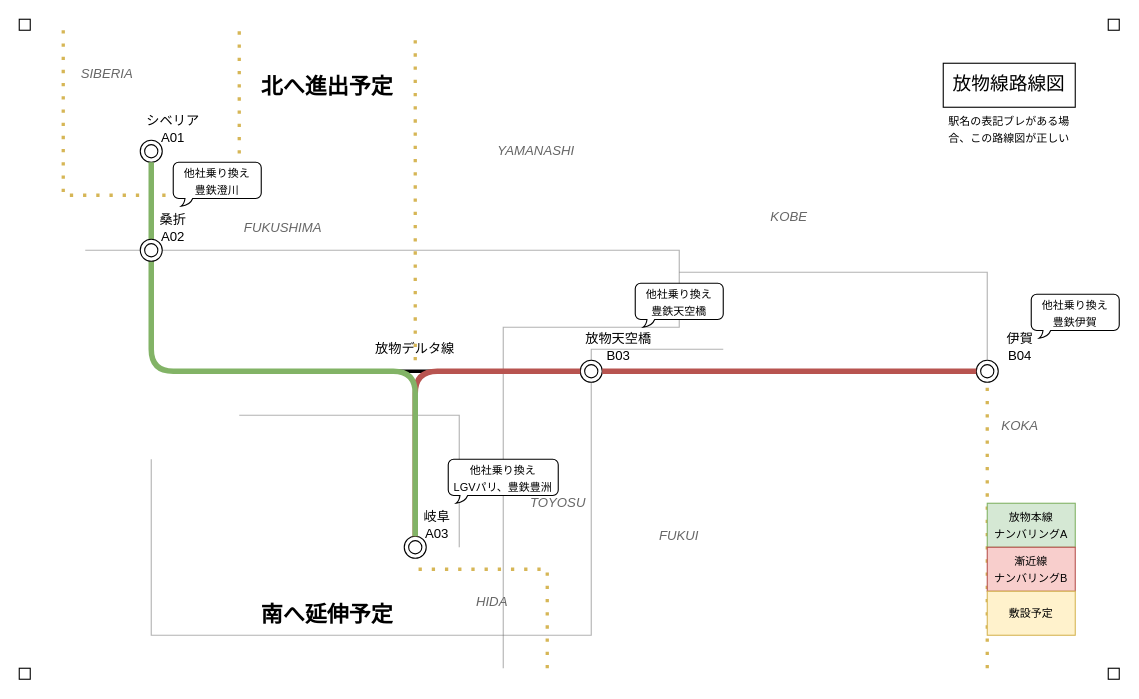
Earlier version of the draw.io diagram page "ページ1" (1 of 4) of バリン鯖放物線.drawio (chainsawsteel1/drawio-files). Source tidied: cells renumbered, new cells numbered last; positions are measured from the earlier drawing's top-left corner, leaving out a move shared by most shapes. Both pictures are drawn from the tidied source at 110%, with x=0, y=0 at pixel (19, 19).
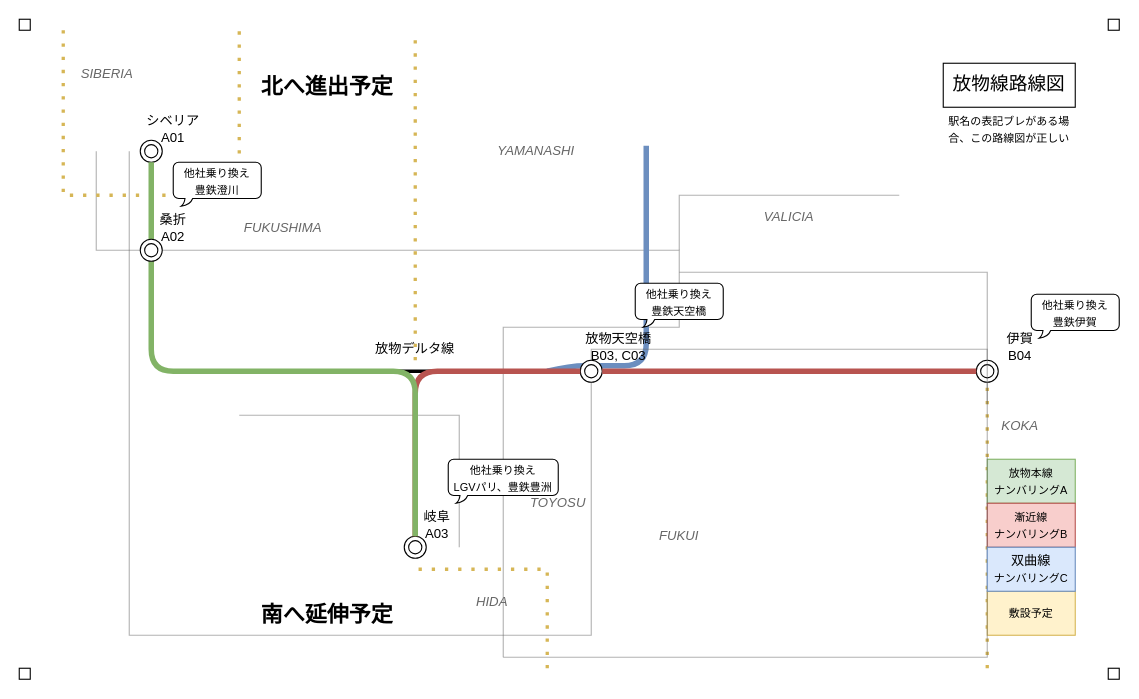
The same diagram, later.

Unchanged cells that the change refers to:
```xml
<mxCell id="8" style="ellipse;shape=doubleEllipse;whiteSpace=wrap;html=1;" parent="1" vertex="1">
  <mxGeometry x="870" y="310" width="20" height="20" as="geometry" />
</mxCell>
```

Change to the diagram source:
```diff
@@
+    <mxCell id="3" style="endArrow=none;html=1;strokeWidth=1;rounded=0;fillColor=#f5f5f5;strokeColor=#666666;opacity=50;" parent="1" edge="1">
+      <mxGeometry relative="1" as="geometry">
+        <mxPoint x="440" y="580" as="sourcePoint" />
+        <mxPoint x="70" y="120" as="targetPoint" />
+        <Array as="points">
+          <mxPoint x="440" y="280" />
+          <mxPoint x="600" y="280" />
+          <mxPoint x="600" y="210" />
+          <mxPoint x="70" y="210" />
+        </Array>
+      </mxGeometry>
+    </mxCell>
+    <mxCell id="49" style="endArrow=none;html=1;rounded=0;fillColor=#dae8fc;strokeColor=#6c8ebf;strokeWidth=5;curved=1;" parent="1" edge="1">
+      <mxGeometry relative="1" as="geometry">
+        <mxPoint x="480" y="320" as="sourcePoint" />
+        <mxPoint x="570" y="115" as="targetPoint" />
+        <Array as="points">
+          <mxPoint x="500" y="315" />
+          <mxPoint x="530" y="315" />
+          <mxPoint x="570" y="315" />
+          <mxPoint x="570" y="275" />
+        </Array>
+      </mxGeometry>
+    </mxCell>
@@
-    <mxCell id="3" style="endArrow=none;html=1;strokeWidth=1;rounded=0;fillColor=#f5f5f5;strokeColor=#666666;opacity=50;" parent="1" edge="1">
-      <mxGeometry relative="1" as="geometry">
-        <mxPoint x="440" y="590" as="sourcePoint" />
-        <mxPoint x="60" y="210" as="targetPoint" />
-        <Array as="points">
-          <mxPoint x="440" y="280" />
-          <mxPoint x="600" y="280" />
-          <mxPoint x="600" y="210" />
-        </Array>
-      </mxGeometry>
-    </mxCell>
@@
     <mxCell id="5" style="endArrow=none;html=1;strokeWidth=1;rounded=0;fillColor=#f5f5f5;strokeColor=#666666;opacity=50;" parent="1" edge="1">
       <mxGeometry relative="1" as="geometry">
-        <mxPoint x="120" y="400" as="sourcePoint" />
-        <mxPoint x="640" y="300" as="targetPoint" />
+        <mxPoint x="100" y="120" as="sourcePoint" />
+        <mxPoint x="880" y="350" as="targetPoint" />
         <Array as="points">
-          <mxPoint x="120" y="560" />
+          <mxPoint x="100" y="560" />
           <mxPoint x="520" y="560" />
           <mxPoint x="520" y="300" />
+          <mxPoint x="880" y="300" />
         </Array>
       </mxGeometry>
     </mxCell>
@@
-    <mxCell id="13" value="&lt;div&gt;放物天空橋&lt;/div&gt;B03" style="text;html=1;align=center;verticalAlign=middle;whiteSpace=wrap;rounded=0;" parent="1" vertex="1">
+    <mxCell id="13" value="&lt;div&gt;放物天空橋&lt;/div&gt;B03, C03" style="text;html=1;align=center;verticalAlign=middle;whiteSpace=wrap;rounded=0;" parent="1" vertex="1">
       <mxGeometry x="510" y="280" width="70" height="35" as="geometry" />
     </mxCell>
@@
     <mxCell id="15" value="&lt;div&gt;&lt;font style=&quot;font-size: 10px;&quot;&gt;放物本線&lt;/font&gt;&lt;/div&gt;&lt;div&gt;&lt;font style=&quot;font-size: 10px;&quot;&gt;ナンバリングA&lt;/font&gt;&lt;br&gt;&lt;/div&gt;" style="text;html=1;align=center;verticalAlign=middle;whiteSpace=wrap;rounded=0;fillColor=#d5e8d4;strokeColor=#82b366;" parent="1" vertex="1">
-      <mxGeometry x="880" y="440" width="80" height="40" as="geometry" />
+      <mxGeometry x="880" y="400" width="80" height="40" as="geometry" />
     </mxCell>
     <mxCell id="16" value="&lt;div&gt;&lt;font style=&quot;font-size: 10px;&quot;&gt;漸近線&lt;/font&gt;&lt;/div&gt;&lt;div&gt;&lt;font style=&quot;font-size: 10px;&quot;&gt;ナンバリングB&lt;/font&gt;&lt;/div&gt;" style="text;html=1;align=center;verticalAlign=middle;whiteSpace=wrap;rounded=0;fillColor=#f8cecc;strokeColor=#b85450;" parent="1" vertex="1">
-      <mxGeometry x="880" y="480" width="80" height="40" as="geometry" />
+      <mxGeometry x="880" y="440" width="80" height="40" as="geometry" />
     </mxCell>
@@
-    <mxCell id="38" style="endArrow=none;html=1;strokeWidth=1;rounded=0;fillColor=#f5f5f5;strokeColor=#666666;opacity=50;" parent="1" edge="1" target="8">
+    <mxCell id="38" style="endArrow=none;html=1;strokeWidth=1;rounded=0;fillColor=#f5f5f5;strokeColor=#666666;opacity=50;" parent="1" edge="1">
       <mxGeometry relative="1" as="geometry">
         <mxPoint x="600" y="230" as="sourcePoint" />
+        <mxPoint x="440" y="580" as="targetPoint" />
         <Array as="points">
           <mxPoint x="880" y="230" />
+          <mxPoint x="880" y="580" />
         </Array>
       </mxGeometry>
     </mxCell>
@@
-    <mxCell id="41" value="&lt;font color=&quot;#666666&quot;&gt;&lt;i&gt;KOBE&lt;/i&gt;&lt;/font&gt;" style="text;html=1;align=center;verticalAlign=middle;whiteSpace=wrap;rounded=0;" parent="1" vertex="1">
+    <mxCell id="41" value="&lt;font color=&quot;#666666&quot;&gt;&lt;i&gt;VALICIA&lt;/i&gt;&lt;/font&gt;" style="text;html=1;align=center;verticalAlign=middle;whiteSpace=wrap;rounded=0;" parent="1" vertex="1">
       <mxGeometry x="660" y="170" width="80" height="20" as="geometry" />
     </mxCell>
@@
+    <mxCell id="50" value="双曲線&lt;br&gt;&lt;div&gt;&lt;font style=&quot;font-size: 10px;&quot;&gt;ナンバリングC&lt;/font&gt;&lt;/div&gt;" style="text;html=1;align=center;verticalAlign=middle;whiteSpace=wrap;rounded=0;fillColor=#dae8fc;strokeColor=#6c8ebf;" parent="1" vertex="1">
+      <mxGeometry x="880" y="480" width="80" height="40" as="geometry" />
+    </mxCell>
+    <mxCell id="51" style="endArrow=none;html=1;strokeWidth=1;rounded=0;fillColor=#f5f5f5;strokeColor=#666666;opacity=50;" parent="1" edge="1">
+      <mxGeometry relative="1" as="geometry">
+        <mxPoint x="780" y="160" as="sourcePoint" />
+        <mxPoint x="600" y="210" as="targetPoint" />
+        <Array as="points">
+          <mxPoint x="800" y="160" />
+          <mxPoint x="600" y="160" />
+        </Array>
+      </mxGeometry>
+    </mxCell>
```
